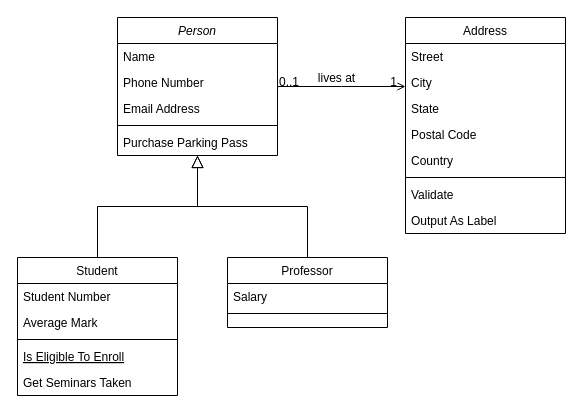
Before: Internship.drawio in NeneWang/000-draw-diagrams, a draw.io diagram. Source tidied: cells renumbered, new cells numbered last; positions are measured from the earlier drawing's top-left corner, leaving out a move shared by most shapes. Both pictures are drawn from the tidied source at 100%, with x=0, y=0 at pixel (17, 17).
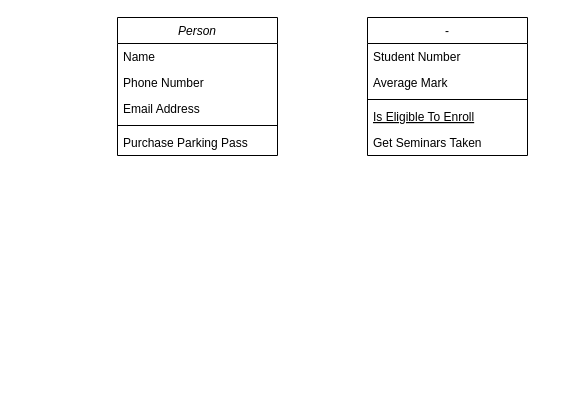
After the change.

The change refers to these unchanged cells:
```xml
<mxCell id="2" value="Person" style="swimlane;fontStyle=2;align=center;verticalAlign=top;horizontal=1;startSize=26;rounded=0;shadow=0;strokeWidth=1;" parent="1" vertex="1">
  <mxGeometry x="100" width="160" height="138" as="geometry" />
</mxCell>
```

Change to the diagram source:
```diff
@@
-    <mxCell id="8" value="Student" style="swimlane;fontStyle=0;align=center;verticalAlign=top;horizontal=1;startSize=26;rounded=0;shadow=0;strokeWidth=1;" parent="1" vertex="1">
-      <mxGeometry y="240" width="160" height="138" as="geometry" />
+    <mxCell id="8" value="-" style="swimlane;fontStyle=0;align=center;verticalAlign=top;horizontal=1;startSize=26;rounded=0;shadow=0;strokeWidth=1;" parent="1" vertex="1">
+      <mxGeometry x="350" width="160" height="138" as="geometry" />
     </mxCell>
@@
-    <mxCell id="14" style="endArrow=block;endSize=10;endFill=0;shadow=0;strokeWidth=1;rounded=0;edgeStyle=elbowEdgeStyle;elbow=vertical;" parent="1" edge="1" source="8" target="2">
-      <mxGeometry relative="1" as="geometry" />
-    </mxCell>
-    <mxCell id="15" value="Professor" style="swimlane;fontStyle=0;align=center;verticalAlign=top;horizontal=1;startSize=26;rounded=0;shadow=0;strokeWidth=1;" parent="1" vertex="1">
-      <mxGeometry x="210" y="240" width="160" height="70" as="geometry" />
-    </mxCell>
-    <mxCell id="16" value="Salary" style="text;align=left;verticalAlign=top;spacingLeft=4;spacingRight=4;overflow=hidden;" parent="15" vertex="1">
-      <mxGeometry y="26" width="160" height="26" as="geometry" />
-    </mxCell>
-    <mxCell id="17" style="line;html=1;strokeWidth=1;align=left;verticalAlign=middle;spacingTop=-1;spacingLeft=3;spacingRight=3;labelPosition=right;" parent="15" vertex="1">
-      <mxGeometry y="52" width="160" height="8" as="geometry" />
-    </mxCell>
-    <mxCell id="18" style="endArrow=block;endSize=10;endFill=0;shadow=0;strokeWidth=1;rounded=0;edgeStyle=elbowEdgeStyle;elbow=vertical;" parent="1" edge="1" source="15" target="2">
-      <mxGeometry relative="1" as="geometry" />
-    </mxCell>
-    <mxCell id="19" value="Address" style="swimlane;fontStyle=0;align=center;verticalAlign=top;horizontal=1;startSize=26;rounded=0;shadow=0;strokeWidth=1;" parent="1" vertex="1">
-      <mxGeometry x="388" width="160" height="216" as="geometry" />
-    </mxCell>
-    <mxCell id="20" value="Street" style="text;align=left;verticalAlign=top;spacingLeft=4;spacingRight=4;overflow=hidden;" parent="19" vertex="1">
-      <mxGeometry y="26" width="160" height="26" as="geometry" />
-    </mxCell>
-    <mxCell id="21" value="City" style="text;align=left;verticalAlign=top;spacingLeft=4;spacingRight=4;overflow=hidden;rounded=0;shadow=0;html=0;" parent="19" vertex="1">
-      <mxGeometry y="52" width="160" height="26" as="geometry" />
-    </mxCell>
-    <mxCell id="22" value="State" style="text;align=left;verticalAlign=top;spacingLeft=4;spacingRight=4;overflow=hidden;rounded=0;shadow=0;html=0;" parent="19" vertex="1">
-      <mxGeometry y="78" width="160" height="26" as="geometry" />
-    </mxCell>
-    <mxCell id="23" value="Postal Code" style="text;align=left;verticalAlign=top;spacingLeft=4;spacingRight=4;overflow=hidden;rounded=0;shadow=0;html=0;" parent="19" vertex="1">
-      <mxGeometry y="104" width="160" height="26" as="geometry" />
-    </mxCell>
-    <mxCell id="24" value="Country" style="text;align=left;verticalAlign=top;spacingLeft=4;spacingRight=4;overflow=hidden;rounded=0;shadow=0;html=0;" parent="19" vertex="1">
-      <mxGeometry y="130" width="160" height="26" as="geometry" />
-    </mxCell>
-    <mxCell id="25" style="line;html=1;strokeWidth=1;align=left;verticalAlign=middle;spacingTop=-1;spacingLeft=3;spacingRight=3;labelPosition=right;" parent="19" vertex="1">
-      <mxGeometry y="156" width="160" height="8" as="geometry" />
-    </mxCell>
-    <mxCell id="26" value="Validate" style="text;align=left;verticalAlign=top;spacingLeft=4;spacingRight=4;overflow=hidden;" parent="19" vertex="1">
-      <mxGeometry y="164" width="160" height="26" as="geometry" />
-    </mxCell>
-    <mxCell id="27" value="Output As Label" style="text;align=left;verticalAlign=top;spacingLeft=4;spacingRight=4;overflow=hidden;" parent="19" vertex="1">
-      <mxGeometry y="190" width="160" height="26" as="geometry" />
-    </mxCell>
-    <mxCell id="28" style="endArrow=open;shadow=0;strokeWidth=1;rounded=0;endFill=1;edgeStyle=elbowEdgeStyle;elbow=vertical;" parent="1" edge="1" source="2" target="19">
-      <mxGeometry x="0.5" y="41" relative="1" as="geometry">
-        <mxPoint x="-40" y="32" as="offset" />
-      </mxGeometry>
-    </mxCell>
-    <mxCell id="29" value="0..1" style="align=left;verticalAlign=bottom;labelBackgroundColor=none;fontSize=12;" parent="28" vertex="1">
-      <mxGeometry x="-1" relative="1" as="geometry">
-        <mxPoint y="4" as="offset" />
-      </mxGeometry>
-    </mxCell>
-    <mxCell id="30" value="1" style="align=right;verticalAlign=bottom;labelBackgroundColor=none;fontSize=12;" parent="28" vertex="1">
-      <mxGeometry x="1" relative="1" as="geometry">
-        <mxPoint x="-7" y="4" as="offset" />
-      </mxGeometry>
-    </mxCell>
-    <mxCell id="31" value="lives at" style="text;html=1;align=center;verticalAlign=middle;labelBackgroundColor=none;rounded=0;shadow=0;strokeWidth=1;fontSize=12;" parent="28" vertex="1">
-      <mxGeometry x="0.5" y="49" relative="1" as="geometry">
-        <mxPoint x="-38" y="40" as="offset" />
-      </mxGeometry>
-    </mxCell>
```
